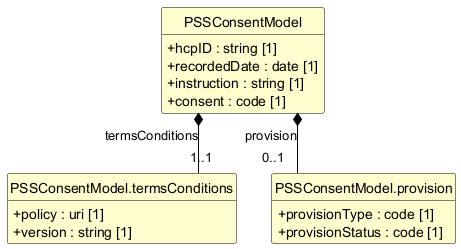
Earlier version of the PlantUML export exports/diagrams/PSSConsentModel-uml.png (caresets/caresets-src). The source it was exported from:
```plantuml
@startuml
skinparam shadowing false
skinparam classAttributeIconSize 0
skinparam linetype ortho
skinparam class {
  BackgroundColor #FEFECE
  BorderColor #000000
  ArrowColor #000000
  FontStyle bold
  AttributeFontStyle normal
}
hide circle
hide empty members

class "PSSConsentModel" as PSSConsentModel {
  +hcpID : string [1]
  +recordedDate : date [1]
  +instruction : string [1]
  +consent : code [1]
}

class "PSSConsentModel.termsConditions" as PSSConsentModel_termsConditions {
  +policy : uri [1]
  +version : string [1]
}

class "PSSConsentModel.provision" as PSSConsentModel_provision {
  +provisionType : code [1]
  +provisionStatus : code [1]
}

PSSConsentModel *-- "1..1" PSSConsentModel_termsConditions : termsConditions
PSSConsentModel *-- "0..1" PSSConsentModel_provision : provision
@enduml
```
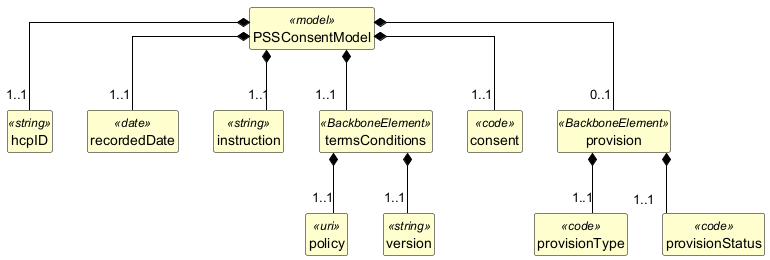
The same diagram one commit later.

The edit, as a diff of the source:
```diff
@@ -12,23 +12,47 @@
 hide circle
 hide empty members
 
-class "PSSConsentModel" as PSSConsentModel {
-  +hcpID : string [1]
-  +recordedDate : date [1]
-  +instruction : string [1]
-  +consent : code [1]
+class "PSSConsentModel" as PSSConsentModel <<model>> {
 }
 
-class "PSSConsentModel.termsConditions" as PSSConsentModel_termsConditions {
-  +policy : uri [1]
-  +version : string [1]
+class "hcpID" as PSSConsentModel_hcpID <<string>> {
 }
 
-class "PSSConsentModel.provision" as PSSConsentModel_provision {
-  +provisionType : code [1]
-  +provisionStatus : code [1]
+class "recordedDate" as PSSConsentModel_recordedDate <<date>> {
 }
 
-PSSConsentModel *-- "1..1" PSSConsentModel_termsConditions : termsConditions
-PSSConsentModel *-- "0..1" PSSConsentModel_provision : provision
+class "instruction" as PSSConsentModel_instruction <<string>> {
+}
+
+class "termsConditions" as PSSConsentModel_termsConditions <<BackboneElement>> {
+}
+
+class "policy" as PSSConsentModel_termsConditions_policy <<uri>> {
+}
+
+class "version" as PSSConsentModel_termsConditions_version <<string>> {
+}
+
+class "consent" as PSSConsentModel_consent <<code>> {
+}
+
+class "provision" as PSSConsentModel_provision <<BackboneElement>> {
+}
+
+class "provisionType" as PSSConsentModel_provision_provisionType <<code>> {
+}
+
+class "provisionStatus" as PSSConsentModel_provision_provisionStatus <<code>> {
+}
+
+PSSConsentModel *-- "1..1" PSSConsentModel_hcpID
+PSSConsentModel *-- "1..1" PSSConsentModel_recordedDate
+PSSConsentModel *-- "1..1" PSSConsentModel_instruction
+PSSConsentModel *-- "1..1" PSSConsentModel_termsConditions
+PSSConsentModel_termsConditions *-- "1..1" PSSConsentModel_termsConditions_policy
+PSSConsentModel_termsConditions *-- "1..1" PSSConsentModel_termsConditions_version
+PSSConsentModel *-- "1..1" PSSConsentModel_consent
+PSSConsentModel *-- "0..1" PSSConsentModel_provision
+PSSConsentModel_provision *-- "1..1" PSSConsentModel_provision_provisionType
+PSSConsentModel_provision *-- "1..1" PSSConsentModel_provision_provisionStatus
 @enduml
```
